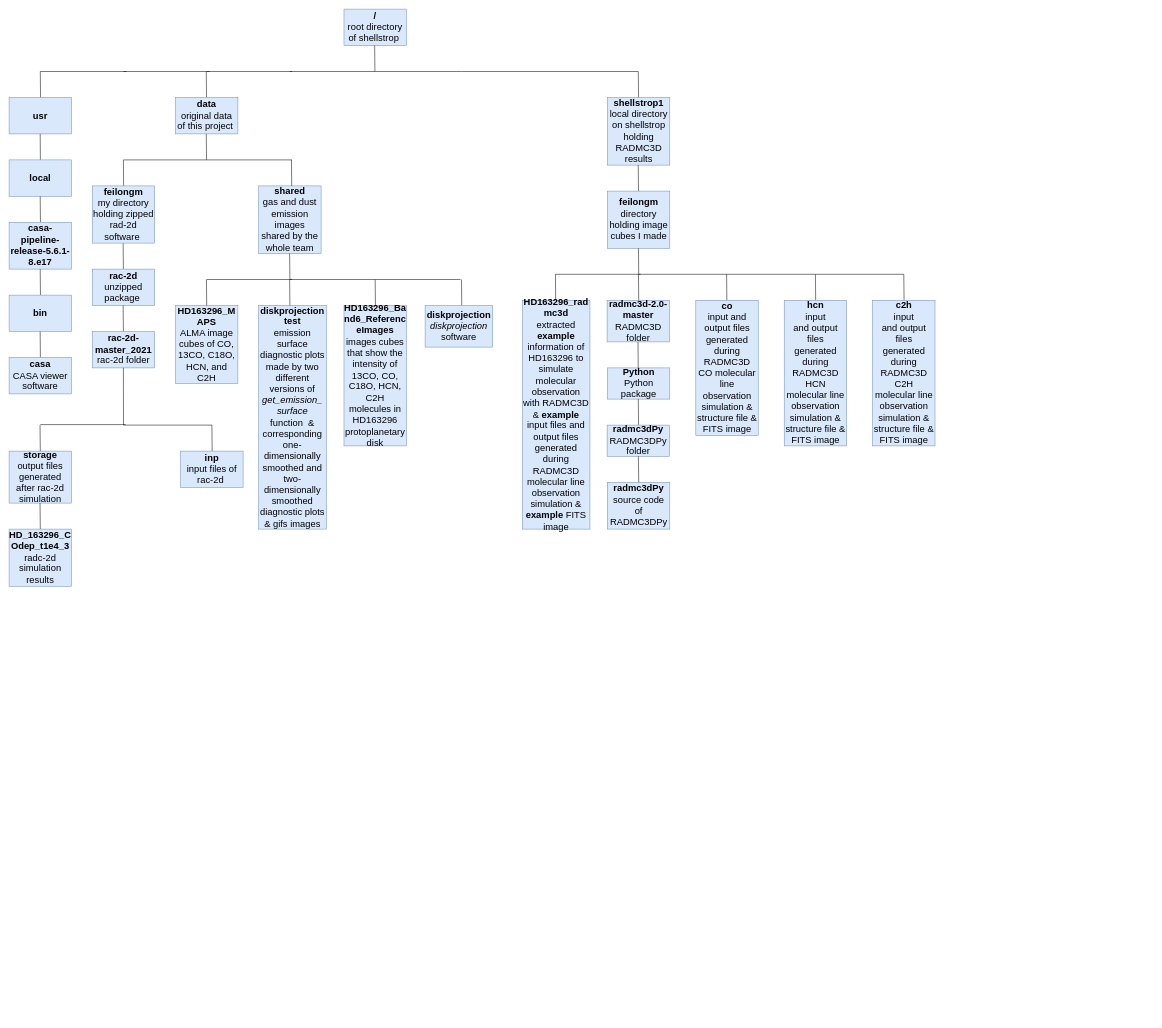
Earlier version of the draw.io diagram notebooks/Untitled Diagram.drawio (feilongm/Notebooks). Source tidied: cells renumbered, new cells numbered last; positions are measured from the earlier drawing's top-left corner, leaving out a move shared by most shapes. Both pictures are drawn from the tidied source at 52%, with x=0, y=0 at pixel (9, 9).
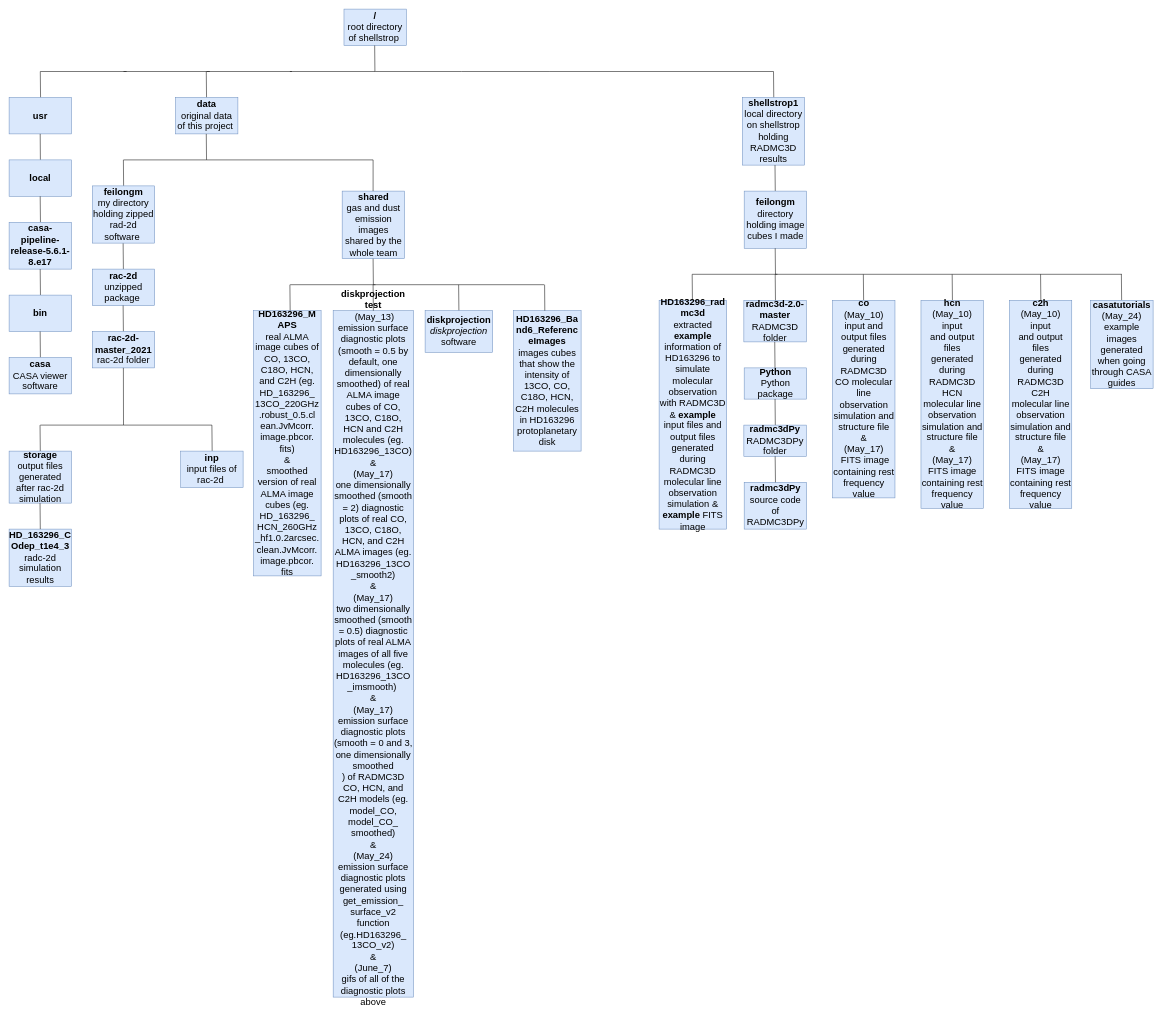
Above is the later version.

The edit, as a diff of the source:
```diff
@@
     <mxCell id="10" style="endArrow=none;html=1;" parent="1" edge="1">
       <mxGeometry relative="1" as="geometry">
-        <mxPoint x="1210.5" y="170" as="sourcePoint" />
-        <mxPoint x="1210" y="120" as="targetPoint" />
+        <mxPoint x="1470.5" y="170" as="sourcePoint" />
+        <mxPoint x="1470" y="120" as="targetPoint" />
       </mxGeometry>
     </mxCell>
     <mxCell id="11" value="&lt;font style=&quot;font-size: 18px&quot;&gt;&lt;b&gt;shellstrop1&lt;/b&gt;&lt;br&gt;local directory on shellstrop holding RADMC3D results&lt;br&gt;&lt;/font&gt;" style="rounded=0;whiteSpace=wrap;html=1;fillColor=#dae8fc;strokeColor=#6c8ebf;" parent="1" vertex="1">
-      <mxGeometry x="1150.6" y="170" width="120" height="130" as="geometry" />
+      <mxGeometry x="1410" y="170" width="120" height="130" as="geometry" />
     </mxCell>
@@
     <mxCell id="15" value="&lt;font style=&quot;font-size: 18px&quot;&gt;&lt;b&gt;shared&lt;/b&gt;&lt;br&gt;gas and dust emission images shared by the whole team&lt;br&gt;&lt;/font&gt;" style="rounded=0;whiteSpace=wrap;html=1;fillColor=#dae8fc;strokeColor=#6c8ebf;" parent="1" vertex="1">
-      <mxGeometry x="480" y="340" width="120" height="130" as="geometry" />
+      <mxGeometry x="640.5" y="350" width="120" height="130" as="geometry" />
     </mxCell>
     <mxCell id="16" value="&lt;font style=&quot;font-size: 18px&quot;&gt;&lt;b&gt;HD163296_Ba&lt;br&gt;nd6_Referenc&lt;br&gt;eImages&lt;br&gt;&lt;/b&gt;images cubes that show the intensity of 13CO, CO, C18O, HCN, C2H molecules in HD163296 protoplanetary disk&lt;br&gt;&lt;/font&gt;" style="rounded=0;whiteSpace=wrap;html=1;fillColor=#dae8fc;strokeColor=#6c8ebf;" parent="1" vertex="1">
-      <mxGeometry x="644" y="570" width="120" height="270" as="geometry" />
+      <mxGeometry x="970" y="580" width="130" height="270" as="geometry" />
     </mxCell>
     <mxCell id="17" style="endArrow=none;html=1;" parent="1" edge="1">
       <mxGeometry relative="1" as="geometry">
-        <mxPoint x="1210.4" y="350" as="sourcePoint" />
-        <mxPoint x="1209.9" y="300" as="targetPoint" />
+        <mxPoint x="1473.4" y="350" as="sourcePoint" />
+        <mxPoint x="1472.9" y="300" as="targetPoint" />
       </mxGeometry>
     </mxCell>
     <mxCell id="18" value="&lt;font style=&quot;font-size: 18px&quot;&gt;&lt;b&gt;feilongm&lt;/b&gt;&lt;br&gt;directory holding image cubes I made&lt;br&gt;&lt;/font&gt;" style="rounded=0;whiteSpace=wrap;html=1;fillColor=#dae8fc;strokeColor=#6c8ebf;" parent="1" vertex="1">
-      <mxGeometry x="1150.6" y="350" width="120" height="110" as="geometry" />
+      <mxGeometry x="1413.6" y="350" width="120" height="110" as="geometry" />
     </mxCell>
     <mxCell id="19" value="&lt;font style=&quot;font-size: 18px&quot;&gt;&lt;b&gt;radmc3d-2.0-master&lt;/b&gt;&lt;br&gt;RADMC3D folder&lt;br&gt;&lt;/font&gt;" style="rounded=0;whiteSpace=wrap;html=1;fillColor=#dae8fc;strokeColor=#6c8ebf;" parent="1" vertex="1">
-      <mxGeometry x="1150" y="560" width="120" height="80" as="geometry" />
+      <mxGeometry x="1413" y="560" width="120" height="80" as="geometry" />
     </mxCell>
     <mxCell id="20" value="&lt;font style=&quot;font-size: 18px&quot;&gt;&lt;b&gt;Python&lt;/b&gt;&lt;br&gt;Python package&lt;br&gt;&lt;/font&gt;" style="rounded=0;whiteSpace=wrap;html=1;fillColor=#dae8fc;strokeColor=#6c8ebf;" parent="1" vertex="1">
-      <mxGeometry x="1150.6" y="690" width="120" height="60" as="geometry" />
+      <mxGeometry x="1413.6" y="690" width="120" height="60" as="geometry" />
     </mxCell>
     <mxCell id="21" style="endArrow=none;html=1;" parent="1" edge="1">
       <mxGeometry relative="1" as="geometry">
-        <mxPoint x="1210.5" y="800" as="sourcePoint" />
-        <mxPoint x="1210" y="750" as="targetPoint" />
+        <mxPoint x="1473.5" y="800" as="sourcePoint" />
+        <mxPoint x="1473" y="750" as="targetPoint" />
       </mxGeometry>
     </mxCell>
     <mxCell id="22" value="&lt;font style=&quot;font-size: 18px&quot;&gt;&lt;b&gt;radmc3dPy&lt;/b&gt;&lt;br&gt;RADMC3DPy folder&lt;br&gt;&lt;/font&gt;" style="rounded=0;whiteSpace=wrap;html=1;fillColor=#dae8fc;strokeColor=#6c8ebf;" parent="1" vertex="1">
-      <mxGeometry x="1150" y="800" width="120" height="60" as="geometry" />
+      <mxGeometry x="1413" y="800" width="120" height="60" as="geometry" />
     </mxCell>
     <mxCell id="23" value="&lt;font style=&quot;font-size: 18px&quot;&gt;&lt;b&gt;radmc3dPy&lt;/b&gt;&lt;br&gt;source code of RADMC3DPy&lt;br&gt;&lt;/font&gt;" style="rounded=0;whiteSpace=wrap;html=1;fillColor=#dae8fc;strokeColor=#6c8ebf;" parent="1" vertex="1">
-      <mxGeometry x="1150.6" y="910" width="120" height="90" as="geometry" />
+      <mxGeometry x="1413.6" y="910" width="120" height="90" as="geometry" />
     </mxCell>
     <mxCell id="24" style="endArrow=none;html=1;" parent="1" edge="1">
       <mxGeometry relative="1" as="geometry">
-        <mxPoint x="1210.6" y="510" as="sourcePoint" />
-        <mxPoint x="1380.6" y="510" as="targetPoint" />
+        <mxPoint x="1473.6" y="510" as="sourcePoint" />
+        <mxPoint x="1643.6" y="510" as="targetPoint" />
       </mxGeometry>
     </mxCell>
     <mxCell id="25" style="endArrow=none;html=1;" parent="1" edge="1">
       <mxGeometry relative="1" as="geometry">
-        <mxPoint x="1050.6" y="510" as="sourcePoint" />
-        <mxPoint x="1214.6" y="510" as="targetPoint" />
+        <mxPoint x="1313.6" y="510" as="sourcePoint" />
+        <mxPoint x="1477.6" y="510" as="targetPoint" />
       </mxGeometry>
     </mxCell>
     <mxCell id="26" style="endArrow=none;html=1;" parent="1" edge="1">
       <mxGeometry relative="1" as="geometry">
-        <mxPoint x="1051.1" y="560" as="sourcePoint" />
-        <mxPoint x="1050.6" y="510" as="targetPoint" />
+        <mxPoint x="1314.1" y="560" as="sourcePoint" />
+        <mxPoint x="1313.6" y="510" as="targetPoint" />
       </mxGeometry>
     </mxCell>
     <mxCell id="27" style="endArrow=none;html=1;" parent="1" edge="1">
       <mxGeometry relative="1" as="geometry">
-        <mxPoint x="1210.8" y="560" as="sourcePoint" />
-        <mxPoint x="1210.3" y="510" as="targetPoint" />
+        <mxPoint x="1473.8" y="560" as="sourcePoint" />
+        <mxPoint x="1473.3" y="510" as="targetPoint" />
       </mxGeometry>
     </mxCell>
     <mxCell id="28" style="endArrow=none;html=1;" parent="1" edge="1">
       <mxGeometry relative="1" as="geometry">
-        <mxPoint x="1209.9" y="690" as="sourcePoint" />
-        <mxPoint x="1209.4" y="640" as="targetPoint" />
+        <mxPoint x="1472.9" y="690" as="sourcePoint" />
+        <mxPoint x="1472.4" y="640" as="targetPoint" />
       </mxGeometry>
     </mxCell>
     <mxCell id="29" value="&lt;font style=&quot;font-size: 18px&quot;&gt;&lt;b&gt;HD163296_rad&lt;br&gt;mc3d&lt;br&gt;&lt;/b&gt;extracted &lt;b&gt;example&lt;/b&gt; information of HD163296 to simulate molecular observation with RADMC3D&lt;br&gt;&amp;amp; &lt;b&gt;example&lt;/b&gt; input files and output files generated during RADMC3D molecular line observation simulation &amp;amp; &lt;b&gt;example&lt;/b&gt; FITS image&lt;br&gt;&lt;/font&gt;" style="rounded=0;whiteSpace=wrap;html=1;fillColor=#dae8fc;strokeColor=#6c8ebf;" parent="1" vertex="1">
-      <mxGeometry x="987" y="560" width="130" height="440" as="geometry" />
+      <mxGeometry x="1250" y="560" width="130" height="440" as="geometry" />
     </mxCell>
     <mxCell id="30" style="endArrow=none;html=1;" parent="1" edge="1">
       <mxGeometry relative="1" as="geometry">
-        <mxPoint x="1210.8" y="510" as="sourcePoint" />
-        <mxPoint x="1210.3" y="460" as="targetPoint" />
+        <mxPoint x="1473.8" y="510" as="sourcePoint" />
+        <mxPoint x="1473.3" y="460" as="targetPoint" />
       </mxGeometry>
     </mxCell>
     <mxCell id="31" style="endArrow=none;html=1;" parent="1" edge="1">
       <mxGeometry relative="1" as="geometry">
-        <mxPoint x="1380.3" y="560" as="sourcePoint" />
-        <mxPoint x="1379.8" y="510" as="targetPoint" />
+        <mxPoint x="1643.3" y="560" as="sourcePoint" />
+        <mxPoint x="1642.8" y="510" as="targetPoint" />
       </mxGeometry>
     </mxCell>
-    <mxCell id="32" value="&lt;font style=&quot;font-size: 18px&quot;&gt;&lt;b&gt;co&lt;/b&gt;&lt;br&gt;input and&lt;b&gt; &lt;/b&gt;output files generated during RADMC3D CO molecular line observation simulation &amp;amp; structure file &amp;amp; FITS image&lt;br&gt;&lt;/font&gt;" style="rounded=0;whiteSpace=wrap;html=1;fillColor=#dae8fc;strokeColor=#6c8ebf;" parent="1" vertex="1">
-      <mxGeometry x="1320.6" y="560" width="120" height="260" as="geometry" />
+    <mxCell id="32" value="&lt;font style=&quot;font-size: 18px&quot;&gt;&lt;b&gt;co&lt;/b&gt;&lt;br&gt;(May_10) input and&lt;b&gt; &lt;/b&gt;output files generated during RADMC3D CO molecular line observation simulation and structure file&lt;br&gt;&amp;amp;&lt;br&gt;(May_17)&lt;br&gt;&amp;nbsp;FITS image containing rest frequency value&lt;br&gt;&lt;/font&gt;" style="rounded=0;whiteSpace=wrap;html=1;fillColor=#dae8fc;strokeColor=#6c8ebf;" parent="1" vertex="1">
+      <mxGeometry x="1583.6" y="560" width="120" height="380" as="geometry" />
     </mxCell>
     <mxCell id="33" style="endArrow=none;html=1;" parent="1" edge="1">
       <mxGeometry relative="1" as="geometry">
-        <mxPoint x="1380.6" y="510" as="sourcePoint" />
-        <mxPoint x="1550.6" y="510" as="targetPoint" />
+        <mxPoint x="1643.6" y="510" as="sourcePoint" />
+        <mxPoint x="1813.6" y="510" as="targetPoint" />
       </mxGeometry>
     </mxCell>
     <mxCell id="34" style="endArrow=none;html=1;" parent="1" edge="1">
       <mxGeometry relative="1" as="geometry">
-        <mxPoint x="1551.1" y="560" as="sourcePoint" />
-        <mxPoint x="1550.6" y="510" as="targetPoint" />
+        <mxPoint x="1814.1" y="560" as="sourcePoint" />
+        <mxPoint x="1813.6" y="510" as="targetPoint" />
       </mxGeometry>
     </mxCell>
-    <mxCell id="35" value="&lt;font style=&quot;font-size: 18px&quot;&gt;&lt;b&gt;hcn&lt;br&gt;&lt;/b&gt;input and&lt;b&gt;&amp;nbsp;&lt;/b&gt;output files generated during RADMC3D HCN molecular line observation simulation &amp;amp; structure file &amp;amp; FITS image&lt;b&gt;&lt;br&gt;&lt;/b&gt;&lt;/font&gt;" style="rounded=0;whiteSpace=wrap;html=1;fillColor=#dae8fc;strokeColor=#6c8ebf;" parent="1" vertex="1">
-      <mxGeometry x="1490.6" y="560" width="120" height="280" as="geometry" />
+    <mxCell id="35" value="&lt;font style=&quot;font-size: 18px&quot;&gt;&lt;b&gt;hcn&lt;br&gt;&lt;/b&gt;(May_10) input and&lt;b&gt;&amp;nbsp;&lt;/b&gt;output files generated during RADMC3D HCN molecular line observation simulation and structure file &lt;br&gt;&amp;amp;&lt;br&gt;(May_17)&lt;br&gt;FITS image containing rest frequency value&lt;b&gt;&lt;br&gt;&lt;/b&gt;&lt;/font&gt;" style="rounded=0;whiteSpace=wrap;html=1;fillColor=#dae8fc;strokeColor=#6c8ebf;" parent="1" vertex="1">
+      <mxGeometry x="1753.6" y="560" width="120" height="400" as="geometry" />
     </mxCell>
     <mxCell id="36" style="endArrow=none;html=1;" parent="1" edge="1">
       <mxGeometry relative="1" as="geometry">
-        <mxPoint x="1550.6" y="510" as="sourcePoint" />
-        <mxPoint x="1720.6" y="510" as="targetPoint" />
+        <mxPoint x="1813.6" y="510" as="sourcePoint" />
+        <mxPoint x="2140" y="510" as="targetPoint" />
       </mxGeometry>
     </mxCell>
     <mxCell id="37" style="endArrow=none;html=1;" parent="1" edge="1">
       <mxGeometry relative="1" as="geometry">
-        <mxPoint x="1721.1" y="560" as="sourcePoint" />
-        <mxPoint x="1720.6" y="510" as="targetPoint" />
+        <mxPoint x="1984.1" y="560" as="sourcePoint" />
+        <mxPoint x="1983.6" y="510" as="targetPoint" />
       </mxGeometry>
     </mxCell>
-    <mxCell id="38" value="&lt;font style=&quot;font-size: 18px&quot;&gt;&lt;b&gt;c2h&lt;br&gt;&lt;/b&gt;input and&lt;b&gt;&amp;nbsp;&lt;/b&gt;output files generated during RADMC3D C2H molecular line observation simulation &amp;amp; structure file &amp;amp; FITS image&lt;b&gt;&lt;br&gt;&lt;/b&gt;&lt;/font&gt;" style="rounded=0;whiteSpace=wrap;html=1;fillColor=#dae8fc;strokeColor=#6c8ebf;" parent="1" vertex="1">
-      <mxGeometry x="1660.6" y="560" width="120" height="280" as="geometry" />
+    <mxCell id="38" value="&lt;font style=&quot;font-size: 18px&quot;&gt;&lt;b&gt;c2h&lt;br&gt;&lt;/b&gt;(May_10) input and&lt;b&gt;&amp;nbsp;&lt;/b&gt;output files generated during RADMC3D C2H molecular line observation simulation and structure file &lt;br&gt;&amp;amp;&lt;br&gt;(May_17)&lt;br&gt;FITS image containing rest frequency value&lt;b&gt;&lt;br&gt;&lt;/b&gt;&lt;/font&gt;" style="rounded=0;whiteSpace=wrap;html=1;fillColor=#dae8fc;strokeColor=#6c8ebf;" parent="1" vertex="1">
+      <mxGeometry x="1923.6" y="560" width="120" height="400" as="geometry" />
     </mxCell>
@@
-    <mxCell id="40" value="&lt;font style=&quot;font-size: 18px&quot;&gt;&lt;b&gt;HD163296_M&lt;br&gt;APS&lt;br&gt;&lt;/b&gt;ALMA image cubes of CO, 13CO, C18O, HCN, and C2H&lt;br&gt;&lt;/font&gt;" style="rounded=0;whiteSpace=wrap;html=1;fillColor=#dae8fc;strokeColor=#6c8ebf;" parent="1" vertex="1">
-      <mxGeometry x="320" y="570" width="120" height="150" as="geometry" />
+    <mxCell id="40" value="&lt;font style=&quot;font-size: 18px&quot;&gt;&lt;b&gt;HD163296_M&lt;br&gt;APS&lt;br&gt;&lt;/b&gt;real ALMA image cubes of CO, 13CO, C18O, HCN, and C2H (eg.&lt;br&gt;HD_163296_&lt;br&gt;13CO_220GHz&lt;br&gt;.robust_0.5.cl&lt;br&gt;ean.JvMcorr.&lt;br&gt;image.pbcor.&lt;br&gt;fits)&lt;br&gt;&amp;amp;&lt;br&gt;smoothed version of real ALMA image cubes (eg. HD_163296_&lt;br&gt;HCN_260GHz&lt;br&gt;_hf1.0.2arcsec.&lt;br&gt;clean.JvMcorr.&lt;br&gt;image.pbcor.&lt;br&gt;fits&lt;br&gt;&lt;/font&gt;" style="rounded=0;whiteSpace=wrap;html=1;fillColor=#dae8fc;strokeColor=#6c8ebf;" parent="1" vertex="1">
+      <mxGeometry x="470" y="580" width="130" height="510" as="geometry" />
     </mxCell>
-    <mxCell id="41" value="&lt;font style=&quot;font-size: 18px&quot;&gt;&lt;b&gt;diskprojection&lt;br&gt;test&lt;br&gt;&lt;/b&gt;emission surface diagnostic plots made by two different versions of &lt;i&gt;get_emission_&lt;br&gt;surface&lt;/i&gt; function&amp;nbsp; &amp;amp; corresponding one-dimensionally smoothed and two-dimensionally smoothed diagnostic plots &amp;amp; gifs images&lt;br&gt;&lt;/font&gt;" style="rounded=0;whiteSpace=wrap;html=1;fillColor=#dae8fc;strokeColor=#6c8ebf;" parent="1" vertex="1">
-      <mxGeometry x="480" y="570" width="130" height="430" as="geometry" />
+    <mxCell id="41" value="&lt;font style=&quot;font-size: 18px&quot;&gt;&lt;b&gt;diskprojection&lt;br&gt;test&lt;br&gt;&lt;/b&gt;&amp;nbsp;(May_13) emission surface diagnostic plots (smooth = 0.5 by default, one dimensionally smoothed) of real ALMA image cubes of CO, 13CO, C18O, HCN and C2H molecules (eg. HD163296_13CO)&lt;br&gt;&amp;amp;&lt;br&gt;(May_17)&lt;br&gt;one dimensionally smoothed (smooth = 2) diagnostic plots of real CO, 13CO, C18O, HCN, and C2H ALMA images (eg.&lt;br&gt;HD163296_13CO&lt;br&gt;_smooth2)&lt;br&gt;&amp;amp;&lt;br&gt;(May_17)&lt;br&gt;two dimensionally smoothed (smooth = 0.5) diagnostic plots of real ALMA images of all five molecules (eg. HD163296_13CO&lt;br&gt;_imsmooth)&amp;nbsp;&lt;br&gt;&amp;amp;&lt;br&gt;(May_17)&lt;br&gt;emission surface diagnostic plots (smooth = 0 and 3, one dimensionally smoothed&lt;br&gt;) of RADMC3D CO, HCN, and C2H models (eg. model_CO, model_CO_&lt;br&gt;smoothed)&lt;br&gt;&amp;amp;&lt;br&gt;(May_24)&lt;br&gt;emission surface diagnostic plots generated using get_emission_&lt;br&gt;surface_v2 function (eg.HD163296_&lt;br&gt;13CO_v2)&lt;br&gt;&amp;amp;&lt;br&gt;(June_7)&lt;br&gt;gifs of all of the diagnostic plots above&lt;br&gt;&lt;br&gt;&lt;/font&gt;" style="rounded=0;whiteSpace=wrap;html=1;fillColor=#dae8fc;strokeColor=#6c8ebf;" parent="1" vertex="1">
+      <mxGeometry x="623.2" y="580" width="154.5" height="1320" as="geometry" />
     </mxCell>
     <mxCell id="42" style="endArrow=none;html=1;" parent="1" edge="1">
       <mxGeometry relative="1" as="geometry">
         <mxPoint x="380" y="290" as="sourcePoint" />
-        <mxPoint x="544" y="290" as="targetPoint" />
+        <mxPoint x="700" y="290" as="targetPoint" />
       </mxGeometry>
     </mxCell>
     <mxCell id="43" style="endArrow=none;html=1;" parent="1" edge="1">
       <mxGeometry relative="1" as="geometry">
-        <mxPoint x="543.5" y="340" as="sourcePoint" />
-        <mxPoint x="543" y="290" as="targetPoint" />
+        <mxPoint x="700" y="350" as="sourcePoint" />
+        <mxPoint x="700" y="290" as="targetPoint" />
       </mxGeometry>
     </mxCell>
@@
     <mxCell id="52" style="endArrow=none;html=1;" parent="1" edge="1">
       <mxGeometry relative="1" as="geometry">
-        <mxPoint x="540" y="520" as="sourcePoint" />
-        <mxPoint x="539.5" y="470" as="targetPoint" />
+        <mxPoint x="700.5" y="530" as="sourcePoint" />
+        <mxPoint x="700" y="480" as="targetPoint" />
       </mxGeometry>
     </mxCell>
     <mxCell id="53" style="endArrow=none;html=1;" parent="1" edge="1">
       <mxGeometry relative="1" as="geometry">
-        <mxPoint x="540" y="520" as="sourcePoint" />
-        <mxPoint x="704" y="520" as="targetPoint" />
+        <mxPoint x="700.5" y="530" as="sourcePoint" />
+        <mxPoint x="864.5" y="530" as="targetPoint" />
       </mxGeometry>
     </mxCell>
     <mxCell id="54" style="endArrow=none;html=1;" parent="1" edge="1">
       <mxGeometry relative="1" as="geometry">
-        <mxPoint x="704.5" y="570" as="sourcePoint" />
-        <mxPoint x="704" y="520" as="targetPoint" />
+        <mxPoint x="865" y="580" as="sourcePoint" />
+        <mxPoint x="864.5" y="530" as="targetPoint" />
       </mxGeometry>
     </mxCell>
     <mxCell id="55" style="endArrow=none;html=1;" parent="1" edge="1">
       <mxGeometry relative="1" as="geometry">
-        <mxPoint x="380" y="570" as="sourcePoint" />
-        <mxPoint x="379.5" y="520" as="targetPoint" />
+        <mxPoint x="540.5" y="580" as="sourcePoint" />
+        <mxPoint x="540" y="530" as="targetPoint" />
       </mxGeometry>
     </mxCell>
     <mxCell id="56" style="endArrow=none;html=1;" parent="1" edge="1">
       <mxGeometry relative="1" as="geometry">
-        <mxPoint x="380" y="520" as="sourcePoint" />
-        <mxPoint x="544" y="520" as="targetPoint" />
+        <mxPoint x="540.5" y="530" as="sourcePoint" />
+        <mxPoint x="704.5" y="530" as="targetPoint" />
       </mxGeometry>
     </mxCell>
@@
     <mxCell id="69" style="endArrow=none;html=1;" parent="1" edge="1">
       <mxGeometry relative="1" as="geometry">
-        <mxPoint x="540" y="570" as="sourcePoint" />
-        <mxPoint x="539.5" y="520" as="targetPoint" />
+        <mxPoint x="700.5" y="580" as="sourcePoint" />
+        <mxPoint x="700" y="530" as="targetPoint" />
       </mxGeometry>
     </mxCell>
     <mxCell id="70" style="endArrow=none;html=1;" parent="1" edge="1">
       <mxGeometry relative="1" as="geometry">
         <mxPoint x="1040" y="120" as="sourcePoint" />
-        <mxPoint x="1210" y="120" as="targetPoint" />
+        <mxPoint x="1470" y="120" as="targetPoint" />
       </mxGeometry>
     </mxCell>
     <mxCell id="71" style="endArrow=none;html=1;" parent="1" edge="1">
       <mxGeometry relative="1" as="geometry">
-        <mxPoint x="704" y="520" as="sourcePoint" />
-        <mxPoint x="868" y="520" as="targetPoint" />
+        <mxPoint x="864.5" y="530" as="sourcePoint" />
+        <mxPoint x="1029" y="530" as="targetPoint" />
       </mxGeometry>
     </mxCell>
-    <mxCell id="72" style="endArrow=none;html=1;" parent="1" edge="1">
-      <mxGeometry relative="1" as="geometry">
-        <mxPoint x="870.5" y="570" as="sourcePoint" />
-        <mxPoint x="870" y="520" as="targetPoint" />
-      </mxGeometry>
-    </mxCell>
     <mxCell id="73" value="&lt;font style=&quot;font-size: 18px&quot;&gt;&lt;b&gt;diskprojection&lt;br&gt;&lt;/b&gt;&lt;i&gt;diskprojection&lt;/i&gt; software&lt;br&gt;&lt;/font&gt;" style="rounded=0;whiteSpace=wrap;html=1;fillColor=#dae8fc;strokeColor=#6c8ebf;" parent="1" vertex="1">
-      <mxGeometry x="800" y="570" width="130" height="80" as="geometry" />
+      <mxGeometry x="800" y="580" width="130" height="80" as="geometry" />
     </mxCell>
     <mxCell id="74" style="endArrow=none;html=1;" parent="1" edge="1">
       <mxGeometry relative="1" as="geometry">
-        <mxPoint x="1210.8" y="910" as="sourcePoint" />
-        <mxPoint x="1210.2" y="860" as="targetPoint" />
+        <mxPoint x="1473.8" y="910" as="sourcePoint" />
+        <mxPoint x="1473.2" y="860" as="targetPoint" />
       </mxGeometry>
     </mxCell>
     <mxCell id="75" style="endArrow=none;html=1;" parent="1" edge="1">
       <mxGeometry relative="1" as="geometry">
-        <mxPoint x="60" y="799" as="sourcePoint" />
-        <mxPoint x="224" y="799" as="targetPoint" />
+        <mxPoint x="60" y="800" as="sourcePoint" />
+        <mxPoint x="220" y="800" as="targetPoint" />
       </mxGeometry>
     </mxCell>
@@
+    <mxCell id="80" style="endArrow=none;html=1;" parent="1" edge="1">
+      <mxGeometry relative="1" as="geometry">
+        <mxPoint x="1030.2" y="580" as="sourcePoint" />
+        <mxPoint x="1029.8" y="530" as="targetPoint" />
+      </mxGeometry>
+    </mxCell>
+    <mxCell id="81" style="endArrow=none;html=1;" parent="1" edge="1">
+      <mxGeometry relative="1" as="geometry">
+        <mxPoint x="2139.5" y="560" as="sourcePoint" />
+        <mxPoint x="2139" y="510" as="targetPoint" />
+      </mxGeometry>
+    </mxCell>
+    <mxCell id="82" value="&lt;font style=&quot;font-size: 18px&quot;&gt;&lt;b&gt;casatutorials&lt;br&gt;&lt;/b&gt;(May_24) example images generated when going through CASA guides&lt;b&gt;&lt;br&gt;&lt;/b&gt;&lt;/font&gt;" style="rounded=0;whiteSpace=wrap;html=1;fillColor=#dae8fc;strokeColor=#6c8ebf;" parent="1" vertex="1">
+      <mxGeometry x="2080" y="560" width="120" height="170" as="geometry" />
+    </mxCell>
```
